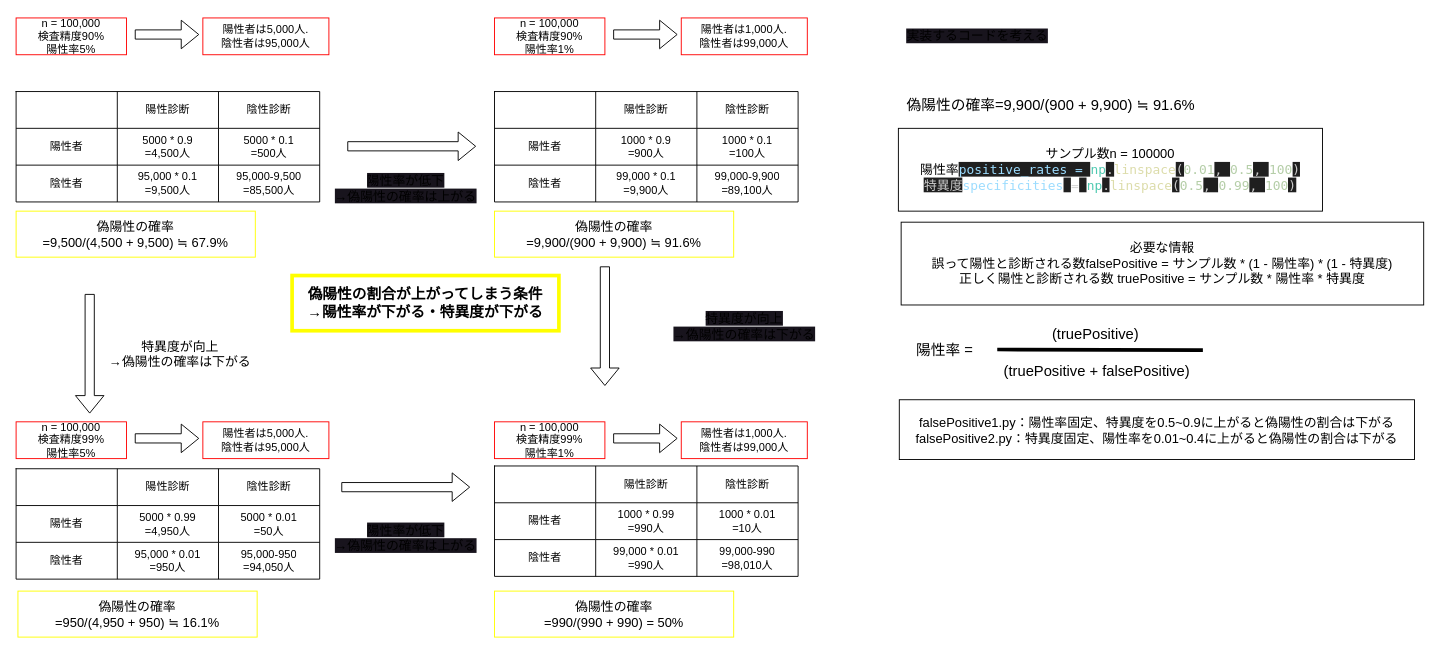
Before: page "条件付き確率" (3 of 3) of graph.dio in I-Kouta/Python2, a draw.io diagram. Source tidied: cells renumbered, new cells numbered last; positions are measured from the earlier drawing's top-left corner, leaving out a move shared by most shapes. Both pictures are drawn from the tidied source at 92%, with x=0, y=0 at pixel (16, 17).
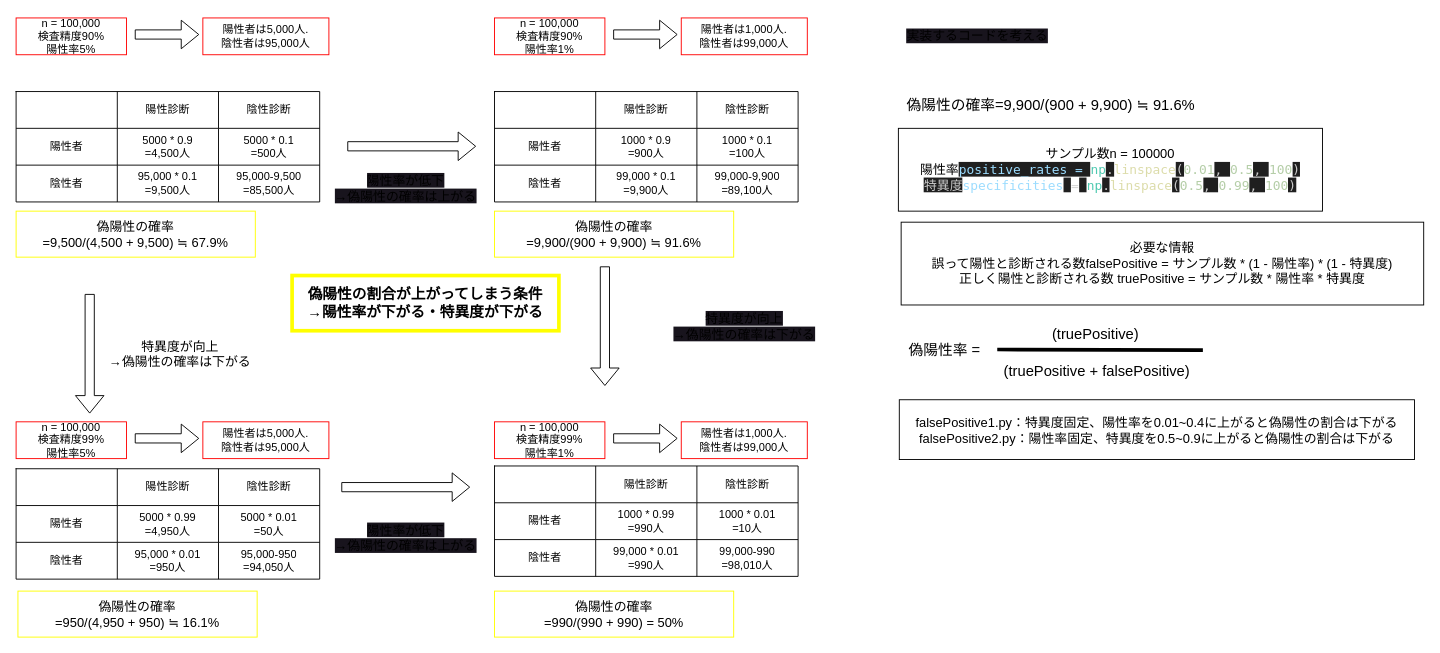
The same diagram, later.

Commit message (it also covers changes not shown here):
偽陽性率と陽性者数のグラフ

Change to the diagram source:
```diff
@@
-    <mxCell id="83" value="&lt;span style=&quot;font-size: 16px;&quot;&gt;陽性率 =&lt;/span&gt;" style="text;html=1;strokeColor=none;fillColor=none;align=center;verticalAlign=middle;whiteSpace=wrap;rounded=0;fontSize=16;" parent="1" vertex="1">
+    <mxCell id="83" value="&lt;span style=&quot;font-size: 16px;&quot;&gt;偽陽性率 =&lt;/span&gt;" style="text;html=1;strokeColor=none;fillColor=none;align=center;verticalAlign=middle;whiteSpace=wrap;rounded=0;fontSize=16;" parent="1" vertex="1">
       <mxGeometry x="969" y="346" width="81" height="30" as="geometry" />
     </mxCell>
@@
-    <mxCell id="87" value="&lt;span style=&quot;font-size: 14px;&quot;&gt;falsePositive1.py：陽性率固定、特異度を0.5~0.9に上がると偽陽性の割合は下がる&lt;br&gt;&lt;/span&gt;&lt;span style=&quot;font-size: 14px;&quot;&gt;falsePositive2.py：特異度固定、陽性率を0.01~0.4に上がると偽陽性の割合は下がる&lt;/span&gt;&lt;span style=&quot;font-size: 14px;&quot;&gt;&lt;br&gt;&lt;/span&gt;" style="text;html=1;strokeColor=default;fillColor=none;align=center;verticalAlign=middle;whiteSpace=wrap;rounded=0;" parent="1" vertex="1">
+    <mxCell id="87" value="&lt;span style=&quot;font-size: 14px;&quot;&gt;falsePositive1.py：特異度固定、陽性率を0.01~0.4に上がると偽陽性の割合は下がる&lt;br&gt;&lt;/span&gt;&lt;span style=&quot;font-size: 14px;&quot;&gt;falsePositive2.py：陽性率固定、特異度を0.5~0.9に上がると偽陽性の割合は下がる&lt;/span&gt;&lt;span style=&quot;font-size: 14px;&quot;&gt;&lt;br&gt;&lt;/span&gt;" style="text;html=1;strokeColor=default;fillColor=none;align=center;verticalAlign=middle;whiteSpace=wrap;rounded=0;" parent="1" vertex="1">
       <mxGeometry x="960" y="415" width="560" height="65" as="geometry" />
     </mxCell>
```
